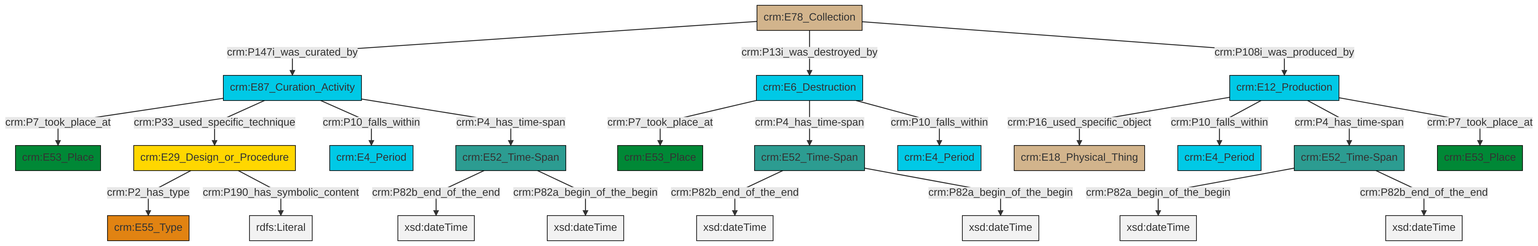
swiss-art-research-net/docs.swissartresearch keeps this Mermaid diagram as et/archivalCSV/ttl/mmd/png/archival_existence.png. Above is the earlier version. Its source is kept beside it as et/archivalCSV/ttl/mmd/archival_existence.ttl.mmd.
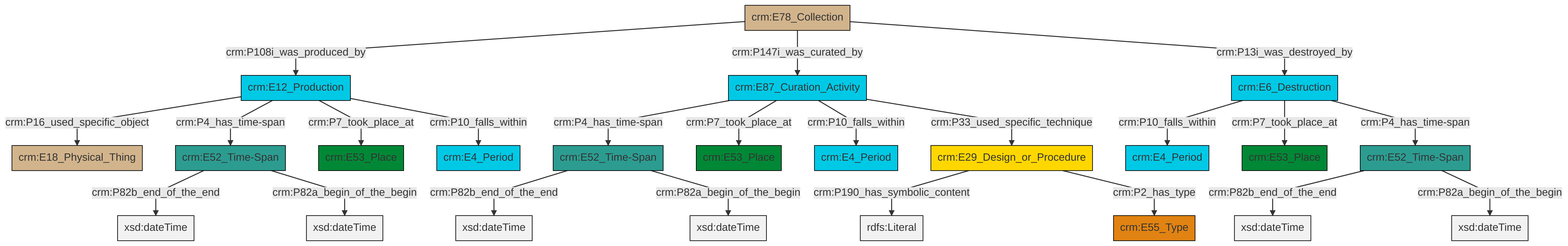
After the change.

Diff of the diagram source:
```diff
@@ -13,25 +13,25 @@
 classDef PC_Classes fill:#4ce600, stroke:#000000;
 classDef Multi fill:#cccccc,stroke:#000000;
 
-6["crm:E87_Curation_Activity"]:::Temporal_Entity -->|crm:P7_took_place_at| 0["crm:E53_Place"]:::Place
-6["crm:E87_Curation_Activity"]:::Temporal_Entity -->|crm:P33_used_specific_technique| 13["crm:E29_Design_or_Procedure"]:::Conceptual_Object
-11["crm:E78_Collection"]:::Physical_Thing -->|crm:P147i_was_curated_by| 6["crm:E87_Curation_Activity"]:::Temporal_Entity
-4["crm:E6_Destruction"]:::Temporal_Entity -->|crm:P7_took_place_at| 19["crm:E53_Place"]:::Place
-11["crm:E78_Collection"]:::Physical_Thing -->|crm:P13i_was_destroyed_by| 4["crm:E6_Destruction"]:::Temporal_Entity
-20["crm:E52_Time-Span"]:::Time-Span -->|crm:P82b_end_of_the_end| 21[xsd:dateTime]:::Literal
-14["crm:E12_Production"]:::Temporal_Entity -->|crm:P16_used_specific_object| 7["crm:E18_Physical_Thing"]:::Physical_Thing
-14["crm:E12_Production"]:::Temporal_Entity -->|crm:P10_falls_within| 22["crm:E4_Period"]:::Temporal_Entity
-4["crm:E6_Destruction"]:::Temporal_Entity -->|crm:P4_has_time-span| 23["crm:E52_Time-Span"]:::Time-Span
-23["crm:E52_Time-Span"]:::Time-Span -->|crm:P82b_end_of_the_end| 24[xsd:dateTime]:::Literal
-4["crm:E6_Destruction"]:::Temporal_Entity -->|crm:P10_falls_within| 27["crm:E4_Period"]:::Temporal_Entity
-6["crm:E87_Curation_Activity"]:::Temporal_Entity -->|crm:P10_falls_within| 17["crm:E4_Period"]:::Temporal_Entity
-13["crm:E29_Design_or_Procedure"]:::Conceptual_Object -->|crm:P2_has_type| 25["crm:E55_Type"]:::Type
-2["crm:E52_Time-Span"]:::Time-Span -->|crm:P82a_begin_of_the_begin| 28[xsd:dateTime]:::Literal
-23["crm:E52_Time-Span"]:::Time-Span -->|crm:P82a_begin_of_the_begin| 29[xsd:dateTime]:::Literal
-6["crm:E87_Curation_Activity"]:::Temporal_Entity -->|crm:P4_has_time-span| 20["crm:E52_Time-Span"]:::Time-Span
-14["crm:E12_Production"]:::Temporal_Entity -->|crm:P4_has_time-span| 2["crm:E52_Time-Span"]:::Time-Span
-11["crm:E78_Collection"]:::Physical_Thing -->|crm:P108i_was_produced_by| 14["crm:E12_Production"]:::Temporal_Entity
-14["crm:E12_Production"]:::Temporal_Entity -->|crm:P7_took_place_at| 9["crm:E53_Place"]:::Place
-2["crm:E52_Time-Span"]:::Time-Span -->|crm:P82b_end_of_the_end| 34[xsd:dateTime]:::Literal
-20["crm:E52_Time-Span"]:::Time-Span -->|crm:P82a_begin_of_the_begin| 35[xsd:dateTime]:::Literal
-13["crm:E29_Design_or_Procedure"]:::Conceptual_Object -->|crm:P190_has_symbolic_content| 37[rdfs:Literal]:::Literal
+0["crm:E78_Collection"]:::Physical_Thing -->|crm:P108i_was_produced_by| 1["crm:E12_Production"]:::Temporal_Entity
+1["crm:E12_Production"]:::Temporal_Entity -->|crm:P16_used_specific_object| 4["crm:E18_Physical_Thing"]:::Physical_Thing
+5["crm:E87_Curation_Activity"]:::Temporal_Entity -->|crm:P4_has_time-span| 6["crm:E52_Time-Span"]:::Time-Span
+6["crm:E52_Time-Span"]:::Time-Span -->|crm:P82b_end_of_the_end| 11[xsd:dateTime]:::Literal
+12["crm:E52_Time-Span"]:::Time-Span -->|crm:P82b_end_of_the_end| 13[xsd:dateTime]:::Literal
+0["crm:E78_Collection"]:::Physical_Thing -->|crm:P147i_was_curated_by| 5["crm:E87_Curation_Activity"]:::Temporal_Entity
+0["crm:E78_Collection"]:::Physical_Thing -->|crm:P13i_was_destroyed_by| 14["crm:E6_Destruction"]:::Temporal_Entity
+5["crm:E87_Curation_Activity"]:::Temporal_Entity -->|crm:P7_took_place_at| 15["crm:E53_Place"]:::Place
+5["crm:E87_Curation_Activity"]:::Temporal_Entity -->|crm:P10_falls_within| 18["crm:E4_Period"]:::Temporal_Entity
+1["crm:E12_Production"]:::Temporal_Entity -->|crm:P4_has_time-span| 21["crm:E52_Time-Span"]:::Time-Span
+21["crm:E52_Time-Span"]:::Time-Span -->|crm:P82b_end_of_the_end| 23[xsd:dateTime]:::Literal
+1["crm:E12_Production"]:::Temporal_Entity -->|crm:P7_took_place_at| 24["crm:E53_Place"]:::Place
+14["crm:E6_Destruction"]:::Temporal_Entity -->|crm:P10_falls_within| 28["crm:E4_Period"]:::Temporal_Entity
+21["crm:E52_Time-Span"]:::Time-Span -->|crm:P82a_begin_of_the_begin| 31[xsd:dateTime]:::Literal
+14["crm:E6_Destruction"]:::Temporal_Entity -->|crm:P7_took_place_at| 9["crm:E53_Place"]:::Place
+14["crm:E6_Destruction"]:::Temporal_Entity -->|crm:P4_has_time-span| 12["crm:E52_Time-Span"]:::Time-Span
+1["crm:E12_Production"]:::Temporal_Entity -->|crm:P10_falls_within| 33["crm:E4_Period"]:::Temporal_Entity
+16["crm:E29_Design_or_Procedure"]:::Conceptual_Object -->|crm:P190_has_symbolic_content| 35[rdfs:Literal]:::Literal
+16["crm:E29_Design_or_Procedure"]:::Conceptual_Object -->|crm:P2_has_type| 7["crm:E55_Type"]:::Type
+12["crm:E52_Time-Span"]:::Time-Span -->|crm:P82a_begin_of_the_begin| 36[xsd:dateTime]:::Literal
+6["crm:E52_Time-Span"]:::Time-Span -->|crm:P82a_begin_of_the_begin| 38[xsd:dateTime]:::Literal
+5["crm:E87_Curation_Activity"]:::Temporal_Entity -->|crm:P33_used_specific_technique| 16["crm:E29_Design_or_Procedure"]:::Conceptual_Object
```
